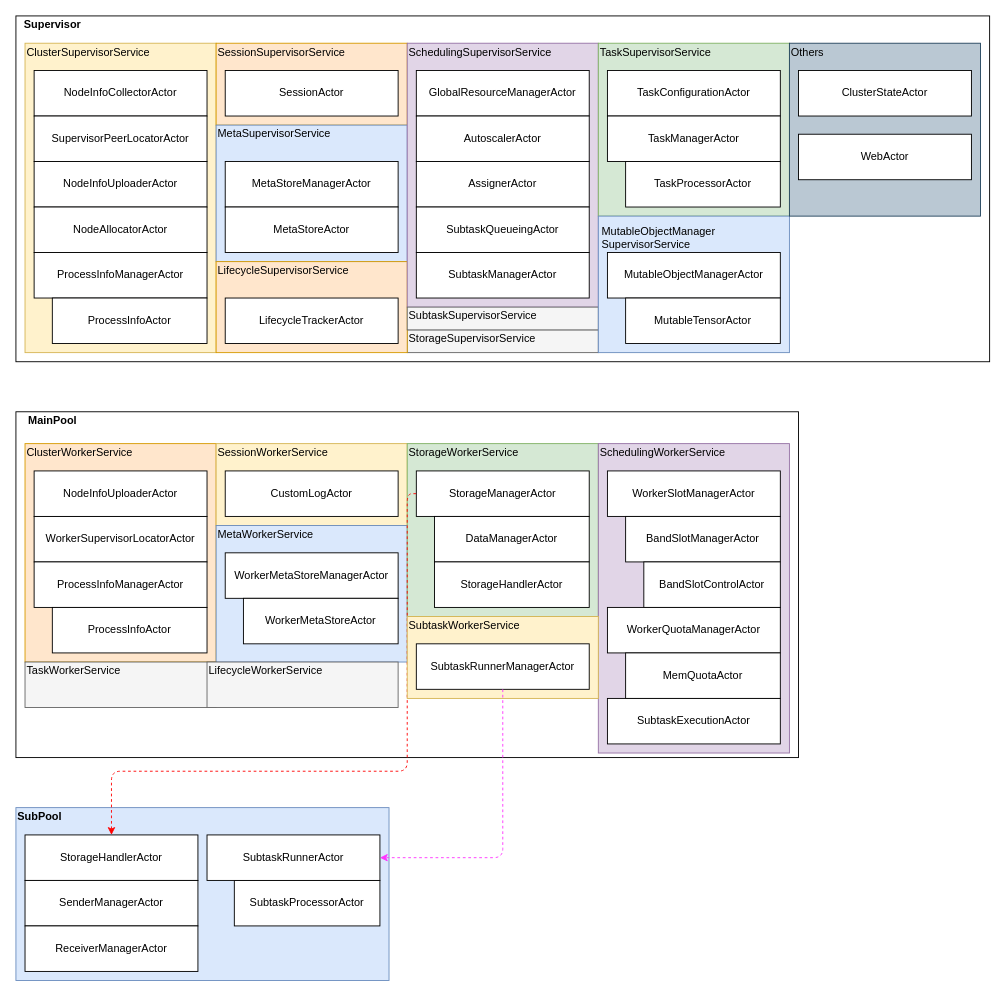
Above: graphs/mars_architecture_0.1.drawio in zhongchun/daily (draw.io), before the change. Source tidied: cells renumbered, new cells numbered last; positions are measured from the earlier drawing's top-left corner, leaving out a move shared by most shapes. Both pictures are drawn from the tidied source at 91%, with x=0, y=0 at pixel (15, 15).
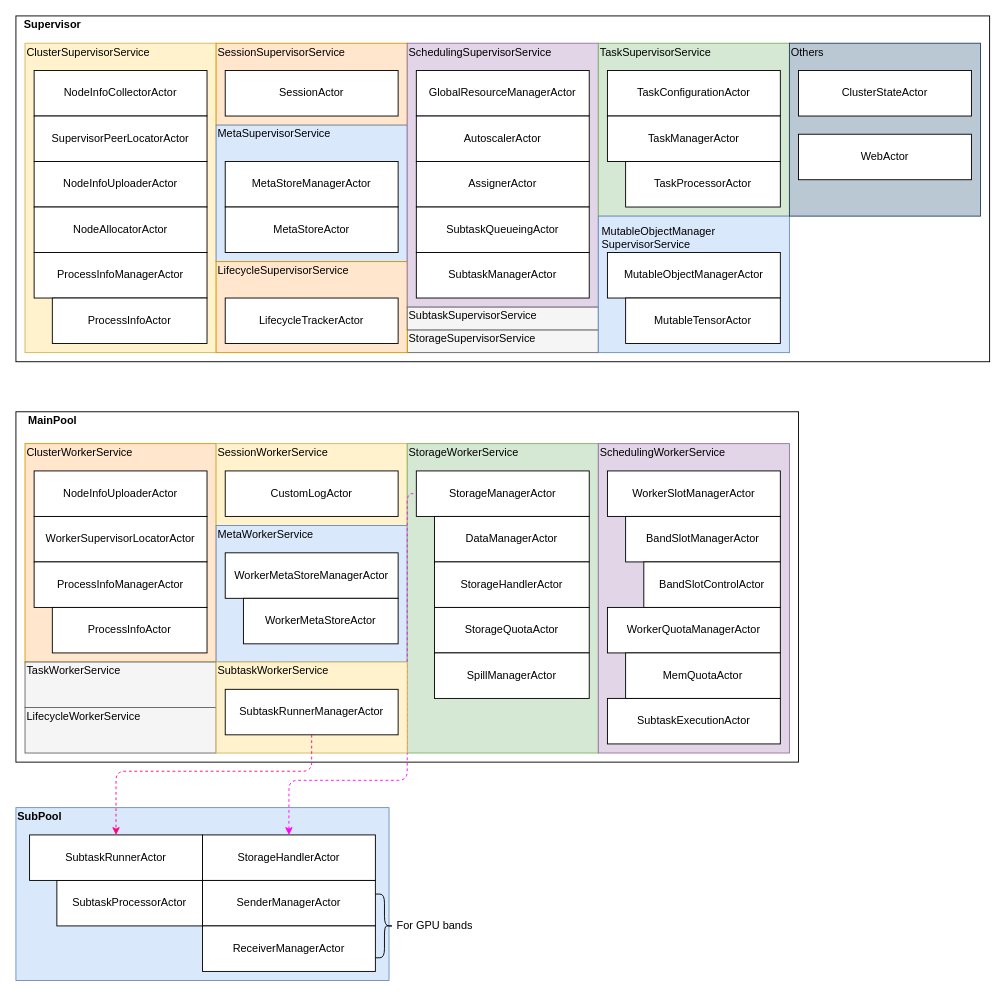
The same diagram, later.

The change refers to these unchanged cells:
```xml
<mxCell id="56" value="StorageManagerActor" style="rounded=0;whiteSpace=wrap;html=1;" parent="1" vertex="1">
  <mxGeometry x="440" y="500" width="190" height="50" as="geometry" />
</mxCell>
```

What changed in the source:
```diff
@@
-    <mxCell id="2" style="rounded=0;whiteSpace=wrap;html=1;fillColor=none;" parent="1" vertex="1">
-      <mxGeometry y="435" width="860" height="380" as="geometry" />
-    </mxCell>
+    <mxCell id="90" style="rounded=0;whiteSpace=wrap;html=1;fillColor=none;" parent="1" vertex="1">
+      <mxGeometry y="435" width="860" height="385" as="geometry" />
+    </mxCell>
@@
-    <mxCell id="54" style="rounded=0;whiteSpace=wrap;html=1;fillColor=#d5e8d4;strokeColor=#82b366;" parent="1" vertex="1">
-      <mxGeometry x="430" y="470" width="210" height="190" as="geometry" />
-    </mxCell>
+    <mxCell id="91" style="rounded=0;whiteSpace=wrap;html=1;fillColor=#d5e8d4;strokeColor=#82b366;" parent="1" vertex="1">
+      <mxGeometry x="430" y="470" width="210" height="340" as="geometry" />
+    </mxCell>
@@
     <mxCell id="60" value="StorageHandlerActor" style="rounded=0;whiteSpace=wrap;html=1;" parent="1" vertex="1">
-      <mxGeometry x="10" y="900" width="190" height="50" as="geometry" />
+      <mxGeometry x="205" y="900" width="190" height="50" as="geometry" />
     </mxCell>
     <mxCell id="61" value="SenderManagerActor" style="rounded=0;whiteSpace=wrap;html=1;" parent="1" vertex="1">
-      <mxGeometry x="10" y="950" width="190" height="50" as="geometry" />
+      <mxGeometry x="205" y="950" width="190" height="50" as="geometry" />
     </mxCell>
     <mxCell id="62" value="ReceiverManagerActor" style="rounded=0;whiteSpace=wrap;html=1;" parent="1" vertex="1">
-      <mxGeometry x="10" y="1000" width="190" height="50" as="geometry" />
+      <mxGeometry x="205" y="1000" width="190" height="50" as="geometry" />
     </mxCell>
@@
     <mxCell id="72" value="SubtaskProcessorActor" style="rounded=0;whiteSpace=wrap;html=1;" parent="1" vertex="1">
-      <mxGeometry x="240" y="950" width="160" height="50" as="geometry" />
+      <mxGeometry x="45" y="950" width="160" height="50" as="geometry" />
     </mxCell>
     <mxCell id="73" value="SubtaskRunnerActor" style="rounded=0;whiteSpace=wrap;html=1;" parent="1" vertex="1">
-      <mxGeometry x="210" y="900" width="190" height="50" as="geometry" />
+      <mxGeometry x="15" y="900" width="190" height="50" as="geometry" />
     </mxCell>
@@
-    <mxCell id="81" style="endArrow=none;html=1;exitX=0.5;exitY=0;exitDx=0;exitDy=0;strokeColor=#FF0000;dashed=1;startArrow=classic;startFill=1;endFill=0;entryX=0;entryY=0.5;entryDx=0;entryDy=0;edgeStyle=orthogonalEdgeStyle;" parent="1" edge="1" source="60" target="56">
-      <mxGeometry relative="1" as="geometry">
-        <Array as="points">
-          <mxPoint x="105" y="830" />
-          <mxPoint x="430" y="830" />
-          <mxPoint x="430" y="525" />
-        </Array>
-      </mxGeometry>
-    </mxCell>
+    <mxCell id="92" style="endArrow=none;html=1;strokeColor=#FF00FF;dashed=1;startArrow=classic;startFill=1;endFill=0;entryX=0;entryY=0.5;entryDx=0;entryDy=0;edgeStyle=orthogonalEdgeStyle;" parent="1" edge="1" target="56">
+      <mxGeometry relative="1" as="geometry">
+        <mxPoint x="300" y="900" as="sourcePoint" />
+        <Array as="points">
+          <mxPoint x="300" y="840" />
+          <mxPoint x="430" y="840" />
+          <mxPoint x="430" y="525" />
+        </Array>
+      </mxGeometry>
+    </mxCell>
@@
-    <mxCell id="84" style="rounded=0;whiteSpace=wrap;html=1;fillColor=#f5f5f5;fontColor=#333333;strokeColor=#666666;" parent="1" vertex="1">
-      <mxGeometry x="210" y="710" width="210" height="50" as="geometry" />
-    </mxCell>
+    <mxCell id="93" style="rounded=0;whiteSpace=wrap;html=1;fillColor=#f5f5f5;fontColor=#333333;strokeColor=#666666;" parent="1" vertex="1">
+      <mxGeometry x="10" y="760" width="210" height="50" as="geometry" />
+    </mxCell>
     <mxCell id="85" value="LifecycleWorkerService" style="text;html=1;align=left;verticalAlign=middle;strokeColor=none;fillColor=none;" parent="1" vertex="1">
-      <mxGeometry x="210" y="710" width="140" height="20" as="geometry" />
+      <mxGeometry x="10" y="760" width="140" height="20" as="geometry" />
     </mxCell>
-    <mxCell id="86" style="rounded=0;whiteSpace=wrap;html=1;fillColor=#fff2cc;strokeColor=#d6b656;" parent="1" vertex="1">
-      <mxGeometry x="430" y="660" width="210" height="90" as="geometry" />
-    </mxCell>
+    <mxCell id="94" style="rounded=0;whiteSpace=wrap;html=1;fillColor=#fff2cc;strokeColor=#d6b656;" parent="1" vertex="1">
+      <mxGeometry x="220" y="710" width="210" height="100" as="geometry" />
+    </mxCell>
     <mxCell id="87" value="SubtaskWorkerService" style="text;html=1;align=left;verticalAlign=middle;strokeColor=none;fillColor=none;" parent="1" vertex="1">
-      <mxGeometry x="430" y="660" width="140" height="20" as="geometry" />
+      <mxGeometry x="220" y="710" width="140" height="20" as="geometry" />
     </mxCell>
     <mxCell id="88" value="SubtaskRunnerManagerActor" style="rounded=0;whiteSpace=wrap;html=1;" parent="1" vertex="1">
-      <mxGeometry x="440" y="690" width="190" height="50" as="geometry" />
+      <mxGeometry x="230" y="740" width="190" height="50" as="geometry" />
     </mxCell>
-    <mxCell id="89" style="edgeStyle=elbowEdgeStyle;html=1;dashed=1;startArrow=none;startFill=0;endArrow=classic;endFill=1;strokeColor=#FF33FF;exitX=0.5;exitY=1;exitDx=0;exitDy=0;" parent="1" edge="1" source="88" target="73">
+    <mxCell id="89" style="html=1;dashed=1;startArrow=none;startFill=0;endArrow=classic;endFill=1;strokeColor=#FF0080;exitX=0.5;exitY=1;exitDx=0;exitDy=0;edgeStyle=elbowEdgeStyle;entryX=0.5;entryY=0;entryDx=0;entryDy=0;elbow=vertical;" parent="1" edge="1" source="88" target="73">
       <mxGeometry relative="1" as="geometry">
         <Array as="points">
-          <mxPoint x="535" y="840" />
+          <mxPoint x="210" y="830" />
         </Array>
       </mxGeometry>
     </mxCell>
+    <mxCell id="95" value="StorageQuotaActor" style="rounded=0;whiteSpace=wrap;html=1;" parent="1" vertex="1">
+      <mxGeometry x="460" y="650" width="170" height="50" as="geometry" />
+    </mxCell>
+    <mxCell id="96" value="SpillManagerActor" style="rounded=0;whiteSpace=wrap;html=1;" parent="1" vertex="1">
+      <mxGeometry x="460" y="700" width="170" height="50" as="geometry" />
+    </mxCell>
+    <mxCell id="97" style="shape=curlyBracket;whiteSpace=wrap;html=1;rounded=1;flipH=1;size=0.5;" parent="1" vertex="1">
+      <mxGeometry x="395" y="965" width="20" height="70" as="geometry" />
+    </mxCell>
+    <mxCell id="98" value="For GPU bands" style="text;html=1;align=center;verticalAlign=middle;strokeColor=none;fillColor=none;" parent="1" vertex="1">
+      <mxGeometry x="410" y="990" width="100" height="20" as="geometry" />
+    </mxCell>
```
